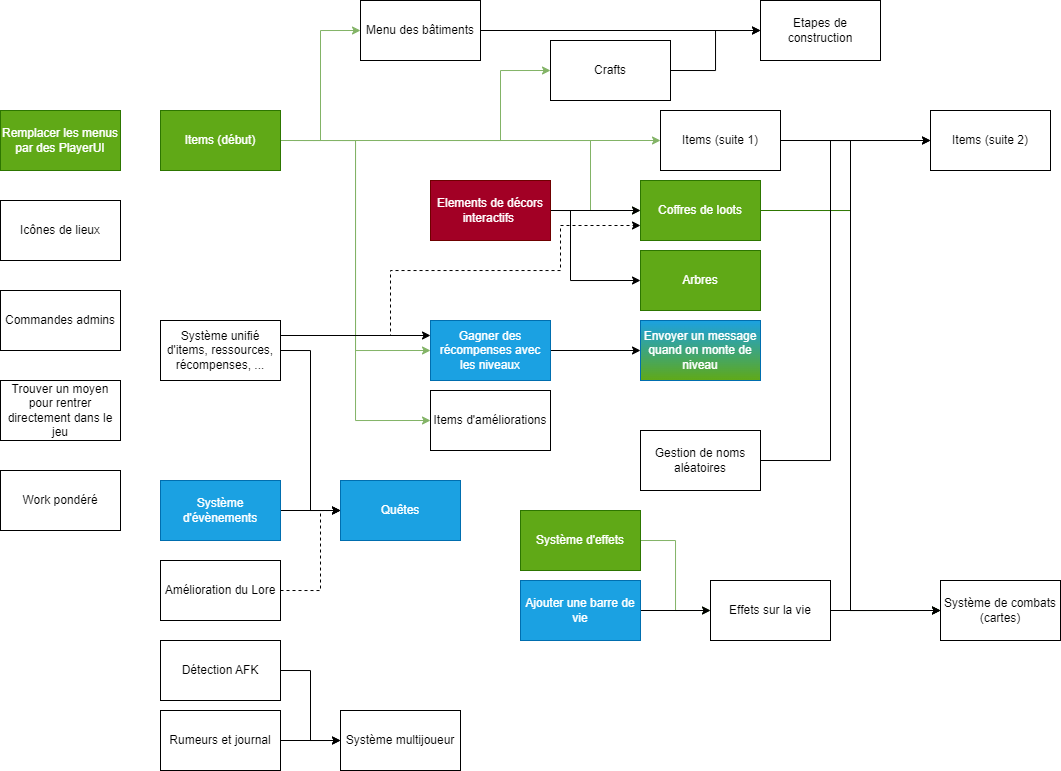
The draw.io diagram todo_graph.png in Alexiscomete/A-Discord-Adventure, before a commit. Source tidied: cells renumbered, new cells last; positions are measured from the earlier drawing's top-left corner, leaving out a move shared by most shapes.
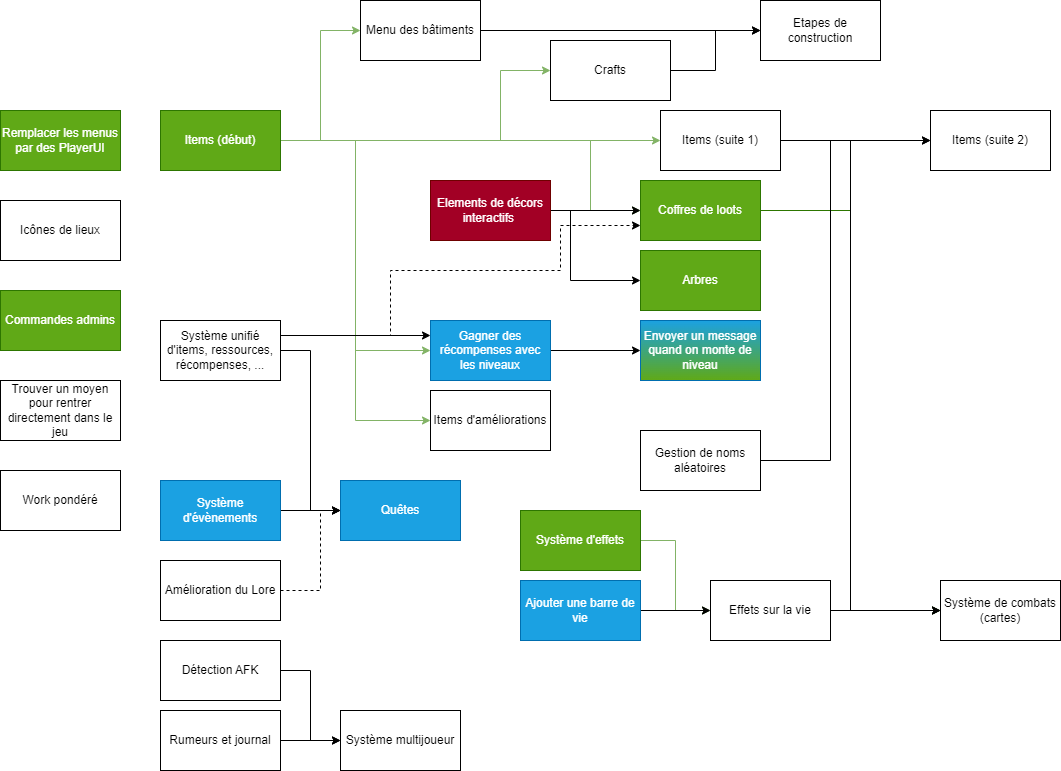
The same diagram one commit later.

The edit, as a diff of the source:
```diff
@@ -140,7 +140,7 @@
     <mxCell id="37" value="Envoyer un message quand on monte de niveau" style="whiteSpace=wrap;html=1;fillColor=#1ba1e2;strokeColor=#006EAF;fontColor=#ffffff;gradientColor=#60A917;gradientDirection=south;" parent="1" vertex="1">
       <mxGeometry x="640" y="320" width="120" height="60" as="geometry" />
     </mxCell>
-    <mxCell id="38" value="Commandes admins" style="whiteSpace=wrap;html=1;" parent="1" vertex="1">
+    <mxCell id="38" value="Commandes admins" style="whiteSpace=wrap;html=1;fillColor=#60a917;fontColor=#ffffff;strokeColor=#2D7600;" parent="1" vertex="1">
       <mxGeometry y="290" width="120" height="60" as="geometry" />
     </mxCell>
     <mxCell id="39" value="Trouver un moyen pour rentrer directement dans le jeu" style="whiteSpace=wrap;html=1;" parent="1" vertex="1">
```
